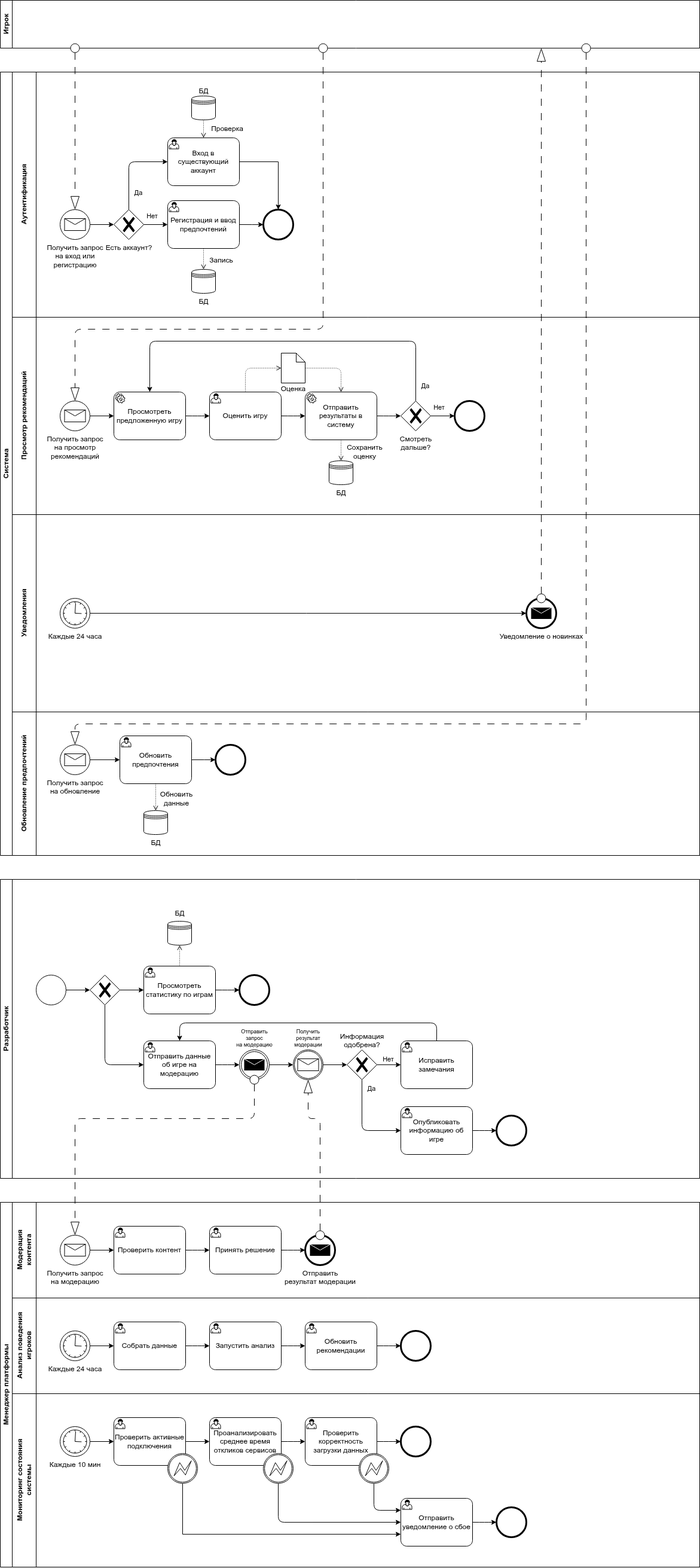
The draw.io diagram project/10/Roles/Business Analyst/BPMN/BPMN.png in job-modelware-ru/it-2025-sD4yp, before a commit. Source tidied: cells renumbered, new cells last; positions are measured from the earlier drawing's top-left corner, leaving out a move shared by most shapes.
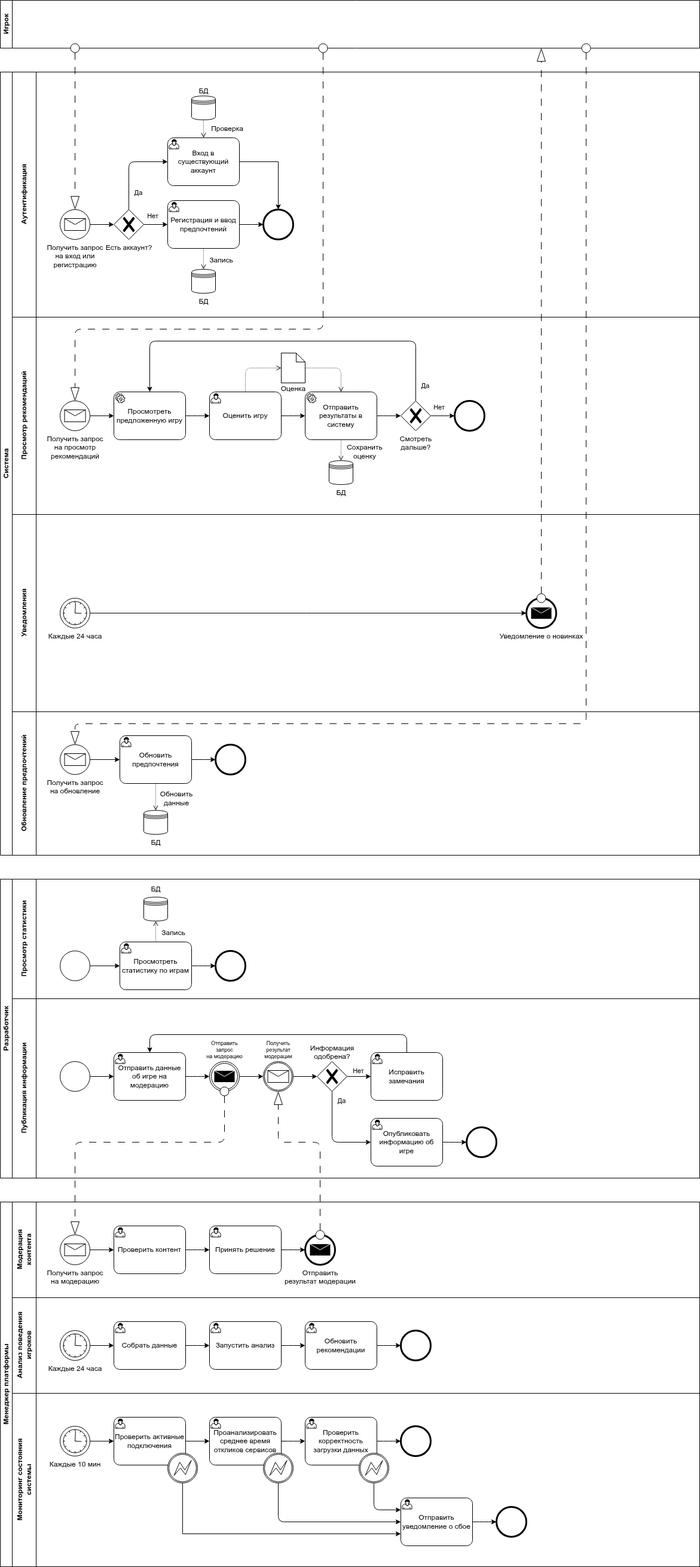
Above is the later version.

Commit message:
Update BPMN Diagram

The edit, as a diff of the source:
```diff
@@ -160,65 +160,35 @@
     <mxCell id="40" value="Разработчик" style="swimlane;startSize=20;horizontal=0;html=1;whiteSpace=wrap;gradientColor=none;" parent="1" vertex="1">
       <mxGeometry y="1470" width="1170" height="500" as="geometry" />
     </mxCell>
-    <mxCell id="41" style="points=[[0.145,0.145,0],[0.5,0,0],[0.855,0.145,0],[1,0.5,0],[0.855,0.855,0],[0.5,1,0],[0.145,0.855,0],[0,0.5,0]];shape=mxgraph.bpmn.event;html=1;verticalLabelPosition=bottom;labelBackgroundColor=#ffffff;verticalAlign=top;align=center;perimeter=ellipsePerimeter;outlineConnect=0;outline=standard;symbol=general;" parent="40" vertex="1">
-      <mxGeometry x="60" y="160" width="50" height="50" as="geometry" />
-    </mxCell>
-    <mxCell id="42" style="edgeStyle=orthogonalEdgeStyle;rounded=1;jettySize=auto;html=1;entryX=0;entryY=0.5;entryDx=0;entryDy=0;entryPerimeter=0;curved=0;" parent="40" edge="1" source="41" target="43">
-      <mxGeometry relative="1" as="geometry" />
-    </mxCell>
-    <mxCell id="43" style="points=[[0.25,0.25,0],[0.5,0,0],[0.75,0.25,0],[1,0.5,0],[0.75,0.75,0],[0.5,1,0],[0.25,0.75,0],[0,0.5,0]];shape=mxgraph.bpmn.gateway2;html=1;verticalLabelPosition=bottom;labelBackgroundColor=#ffffff;verticalAlign=top;align=center;perimeter=rhombusPerimeter;outlineConnect=0;outline=none;symbol=none;gwType=exclusive;" parent="40" vertex="1">
-      <mxGeometry x="150" y="160" width="50" height="50" as="geometry" />
-    </mxCell>
-    <mxCell id="44" style="edgeStyle=orthogonalEdgeStyle;rounded=1;jettySize=auto;html=1;entryX=0.5;entryY=1;entryDx=0;entryDy=0;dashed=1;dashPattern=1 2;endArrow=open;endFill=0;curved=0;" parent="40" edge="1" target="47">
-      <mxGeometry relative="1" as="geometry">
-        <mxPoint x="300" y="145" as="sourcePoint" />
-      </mxGeometry>
-    </mxCell>
-    <mxCell id="45" style="edgeStyle=orthogonalEdgeStyle;rounded=1;jettySize=auto;html=1;entryX=0;entryY=0.5;entryDx=0;entryDy=0;entryPerimeter=0;curved=0;" parent="40" edge="1" source="43">
-      <mxGeometry relative="1" as="geometry">
-        <mxPoint x="240" y="185" as="targetPoint" />
-      </mxGeometry>
-    </mxCell>
-    <mxCell id="46" style="edgeStyle=orthogonalEdgeStyle;rounded=1;jettySize=auto;html=1;exitX=0.5;exitY=1;exitDx=0;exitDy=0;exitPerimeter=0;entryX=0;entryY=0.5;entryDx=0;entryDy=0;entryPerimeter=0;curved=0;" parent="40" edge="1" source="43" target="64">
-      <mxGeometry relative="1" as="geometry" />
-    </mxCell>
-    <mxCell id="47" value="БД" style="shape=datastore;labelPosition=center;verticalLabelPosition=bottom;align=center;verticalAlign=top;labelBorderColor=none;labelBackgroundColor=none;textShadow=0;html=1;convertToSvg=0;spacing=-65;" parent="40" vertex="1">
-      <mxGeometry x="280" y="70" width="40" height="40" as="geometry" />
-    </mxCell>
-    <mxCell id="48" style="points=[[0.145,0.145,0],[0.5,0,0],[0.855,0.145,0],[1,0.5,0],[0.855,0.855,0],[0.5,1,0],[0.145,0.855,0],[0,0.5,0]];shape=mxgraph.bpmn.event;html=1;verticalLabelPosition=bottom;labelBackgroundColor=#ffffff;verticalAlign=top;align=center;perimeter=ellipsePerimeter;outlineConnect=0;outline=end;symbol=terminate2;" parent="40" vertex="1">
-      <mxGeometry x="400" y="160" width="50" height="50" as="geometry" />
-    </mxCell>
-    <mxCell id="49" style="edgeStyle=orthogonalEdgeStyle;rounded=1;jettySize=auto;html=1;entryX=0;entryY=0.5;entryDx=0;entryDy=0;entryPerimeter=0;curved=0;" parent="40" edge="1" target="48">
-      <mxGeometry relative="1" as="geometry">
-        <mxPoint x="360" y="185" as="sourcePoint" />
-      </mxGeometry>
-    </mxCell>
+    <mxCell id="128" value="Публикация информации" style="swimlane;html=1;startSize=40;horizontal=0;" parent="40" vertex="1">
+      <mxGeometry x="20" y="200" width="1150" height="300" as="geometry" />
+    </mxCell>
-    <mxCell id="50" value="Отправить&lt;div&gt;запрос&lt;/div&gt;&lt;div&gt;на модерацию&lt;/div&gt;" style="points=[[0.145,0.145,0],[0.5,0,0],[0.855,0.145,0],[1,0.5,0],[0.855,0.855,0],[0.5,1,0],[0.145,0.855,0],[0,0.5,0]];shape=mxgraph.bpmn.event;html=1;verticalLabelPosition=bottom;labelBackgroundColor=none;verticalAlign=top;align=center;perimeter=ellipsePerimeter;outlineConnect=0;outline=throwing;symbol=message;spacing=-90;fontSize=9;" parent="40" vertex="1">
-      <mxGeometry x="400" y="285" width="50" height="50" as="geometry" />
+    <mxCell id="50" value="Отправить&lt;div&gt;запрос&lt;/div&gt;&lt;div&gt;на модерацию&lt;/div&gt;" style="points=[[0.145,0.145,0],[0.5,0,0],[0.855,0.145,0],[1,0.5,0],[0.855,0.855,0],[0.5,1,0],[0.145,0.855,0],[0,0.5,0]];shape=mxgraph.bpmn.event;html=1;verticalLabelPosition=bottom;labelBackgroundColor=none;verticalAlign=top;align=center;perimeter=ellipsePerimeter;outlineConnect=0;outline=throwing;symbol=message;spacing=-90;fontSize=9;" parent="128" vertex="1">
+      <mxGeometry x="330" y="105" width="50" height="50" as="geometry" />
     </mxCell>
-    <mxCell id="51" value="Получить&lt;div&gt;результат&lt;/div&gt;&lt;div&gt;модерации&lt;/div&gt;" style="points=[[0.145,0.145,0],[0.5,0,0],[0.855,0.145,0],[1,0.5,0],[0.855,0.855,0],[0.5,1,0],[0.145,0.855,0],[0,0.5,0]];shape=mxgraph.bpmn.event;html=1;verticalLabelPosition=bottom;labelBackgroundColor=none;verticalAlign=top;align=center;perimeter=ellipsePerimeter;outlineConnect=0;outline=catching;symbol=message;spacing=-90;fontSize=9;" parent="40" vertex="1">
-      <mxGeometry x="490" y="285" width="50" height="50" as="geometry" />
+    <mxCell id="51" value="Получить&lt;div&gt;результат&lt;/div&gt;&lt;div&gt;модерации&lt;/div&gt;" style="points=[[0.145,0.145,0],[0.5,0,0],[0.855,0.145,0],[1,0.5,0],[0.855,0.855,0],[0.5,1,0],[0.145,0.855,0],[0,0.5,0]];shape=mxgraph.bpmn.event;html=1;verticalLabelPosition=bottom;labelBackgroundColor=none;verticalAlign=top;align=center;perimeter=ellipsePerimeter;outlineConnect=0;outline=catching;symbol=message;spacing=-90;fontSize=9;" parent="128" vertex="1">
+      <mxGeometry x="420" y="105" width="50" height="50" as="geometry" />
     </mxCell>
-    <mxCell id="52" value="Информация&lt;div&gt;одобрена?&lt;/div&gt;" style="points=[[0.25,0.25,0],[0.5,0,0],[0.75,0.25,0],[1,0.5,0],[0.75,0.75,0],[0.5,1,0],[0.25,0.75,0],[0,0.5,0]];shape=mxgraph.bpmn.gateway2;html=1;verticalLabelPosition=bottom;labelBackgroundColor=none;verticalAlign=top;align=center;perimeter=rhombusPerimeter;outlineConnect=0;outline=none;symbol=none;gwType=exclusive;spacing=-84;spacingTop=0;" parent="40" vertex="1">
-      <mxGeometry x="580" y="285" width="50" height="50" as="geometry" />
+    <mxCell id="52" value="Информация&lt;div&gt;одобрена?&lt;/div&gt;" style="points=[[0.25,0.25,0],[0.5,0,0],[0.75,0.25,0],[1,0.5,0],[0.75,0.75,0],[0.5,1,0],[0.25,0.75,0],[0,0.5,0]];shape=mxgraph.bpmn.gateway2;html=1;verticalLabelPosition=bottom;labelBackgroundColor=none;verticalAlign=top;align=center;perimeter=rhombusPerimeter;outlineConnect=0;outline=none;symbol=none;gwType=exclusive;spacing=-84;spacingTop=0;" parent="128" vertex="1">
+      <mxGeometry x="510" y="105" width="50" height="50" as="geometry" />
     </mxCell>
-    <mxCell id="53" style="points=[[0.145,0.145,0],[0.5,0,0],[0.855,0.145,0],[1,0.5,0],[0.855,0.855,0],[0.5,1,0],[0.145,0.855,0],[0,0.5,0]];shape=mxgraph.bpmn.event;html=1;verticalLabelPosition=bottom;labelBackgroundColor=#ffffff;verticalAlign=top;align=center;perimeter=ellipsePerimeter;outlineConnect=0;outline=end;symbol=terminate2;" parent="40" vertex="1">
-      <mxGeometry x="830" y="395" width="50" height="50" as="geometry" />
+    <mxCell id="53" style="points=[[0.145,0.145,0],[0.5,0,0],[0.855,0.145,0],[1,0.5,0],[0.855,0.855,0],[0.5,1,0],[0.145,0.855,0],[0,0.5,0]];shape=mxgraph.bpmn.event;html=1;verticalLabelPosition=bottom;labelBackgroundColor=#ffffff;verticalAlign=top;align=center;perimeter=ellipsePerimeter;outlineConnect=0;outline=end;symbol=terminate2;" parent="128" vertex="1">
+      <mxGeometry x="760" y="215" width="50" height="50" as="geometry" />
     </mxCell>
-    <mxCell id="54" style="edgeStyle=orthogonalEdgeStyle;rounded=1;jettySize=auto;html=1;entryX=0;entryY=0.5;entryDx=0;entryDy=0;entryPerimeter=0;curved=0;" parent="40" edge="1" target="50">
+    <mxCell id="54" style="edgeStyle=orthogonalEdgeStyle;rounded=1;jettySize=auto;html=1;entryX=0;entryY=0.5;entryDx=0;entryDy=0;entryPerimeter=0;curved=0;" parent="128" edge="1" target="50">
       <mxGeometry relative="1" as="geometry">
-        <mxPoint x="360" y="310" as="sourcePoint" />
+        <mxPoint x="290" y="130" as="sourcePoint" />
       </mxGeometry>
     </mxCell>
-    <mxCell id="55" style="edgeStyle=orthogonalEdgeStyle;rounded=1;jettySize=auto;html=1;entryX=0;entryY=0.5;entryDx=0;entryDy=0;entryPerimeter=0;curved=0;" parent="40" edge="1" source="50" target="51">
+    <mxCell id="55" style="edgeStyle=orthogonalEdgeStyle;rounded=1;jettySize=auto;html=1;entryX=0;entryY=0.5;entryDx=0;entryDy=0;entryPerimeter=0;curved=0;" parent="128" edge="1" source="50" target="51">
       <mxGeometry relative="1" as="geometry" />
     </mxCell>
-    <mxCell id="56" style="edgeStyle=orthogonalEdgeStyle;rounded=1;jettySize=auto;html=1;entryX=0;entryY=0.5;entryDx=0;entryDy=0;entryPerimeter=0;curved=0;" parent="40" edge="1" source="51" target="52">
+    <mxCell id="56" style="edgeStyle=orthogonalEdgeStyle;rounded=1;jettySize=auto;html=1;entryX=0;entryY=0.5;entryDx=0;entryDy=0;entryPerimeter=0;curved=0;" parent="128" edge="1" source="51" target="52">
       <mxGeometry relative="1" as="geometry" />
     </mxCell>
-    <mxCell id="57" style="edgeStyle=orthogonalEdgeStyle;rounded=1;jettySize=auto;html=1;entryX=0;entryY=0.5;entryDx=0;entryDy=0;entryPerimeter=0;curved=0;" parent="40" edge="1" source="52">
+    <mxCell id="57" style="edgeStyle=orthogonalEdgeStyle;rounded=1;jettySize=auto;html=1;entryX=0;entryY=0.5;entryDx=0;entryDy=0;entryPerimeter=0;curved=0;" parent="128" edge="1" source="52">
       <mxGeometry relative="1" as="geometry">
-        <mxPoint x="670" y="310" as="targetPoint" />
+        <mxPoint x="600" y="130" as="targetPoint" />
       </mxGeometry>
     </mxCell>
     <mxCell id="58" value="Нет" style="edgeLabel;html=1;align=center;verticalAlign=middle;labelBackgroundColor=none;" parent="57" vertex="1">
@@ -226,11 +196,11 @@
         <mxPoint y="-11" as="offset" />
       </mxGeometry>
     </mxCell>
-    <mxCell id="59" style="edgeStyle=orthogonalEdgeStyle;rounded=1;jettySize=auto;html=1;entryX=0;entryY=0.5;entryDx=0;entryDy=0;entryPerimeter=0;curved=0;" parent="40" edge="1" source="52">
+    <mxCell id="59" style="edgeStyle=orthogonalEdgeStyle;rounded=1;jettySize=auto;html=1;entryX=0;entryY=0.5;entryDx=0;entryDy=0;entryPerimeter=0;curved=0;" parent="128" edge="1" source="52">
       <mxGeometry relative="1" as="geometry">
-        <mxPoint x="670" y="420" as="targetPoint" />
+        <mxPoint x="600" y="240" as="targetPoint" />
         <Array as="points">
-          <mxPoint x="605" y="420" />
+          <mxPoint x="535" y="240" />
         </Array>
       </mxGeometry>
     </mxCell>
@@ -239,33 +209,36 @@
         <mxPoint x="15" y="-8" as="offset" />
       </mxGeometry>
     </mxCell>
-    <mxCell id="61" style="edgeStyle=orthogonalEdgeStyle;rounded=1;jettySize=auto;html=1;entryX=0;entryY=0.5;entryDx=0;entryDy=0;entryPerimeter=0;curved=0;" parent="40" edge="1" target="53">
+    <mxCell id="61" style="edgeStyle=orthogonalEdgeStyle;rounded=1;jettySize=auto;html=1;entryX=0;entryY=0.5;entryDx=0;entryDy=0;entryPerimeter=0;curved=0;" parent="128" edge="1" target="53">
       <mxGeometry relative="1" as="geometry">
-        <mxPoint x="790" y="420" as="sourcePoint" />
+        <mxPoint x="720" y="240" as="sourcePoint" />
       </mxGeometry>
     </mxCell>
-    <mxCell id="62" style="edgeStyle=orthogonalEdgeStyle;rounded=1;orthogonalLoop=1;jettySize=auto;html=1;entryX=0.5;entryY=0;entryDx=0;entryDy=0;entryPerimeter=0;curved=0;" parent="40" edge="1">
+    <mxCell id="62" style="edgeStyle=orthogonalEdgeStyle;rounded=1;orthogonalLoop=1;jettySize=auto;html=1;entryX=0.5;entryY=0;entryDx=0;entryDy=0;entryPerimeter=0;curved=0;" parent="128" edge="1">
       <mxGeometry relative="1" as="geometry">
-        <mxPoint x="730" y="270" as="sourcePoint" />
-        <mxPoint x="300" y="270" as="targetPoint" />
+        <mxPoint x="660" y="90" as="sourcePoint" />
+        <mxPoint x="230" y="90" as="targetPoint" />
         <Array as="points">
-          <mxPoint x="730" y="240" />
-          <mxPoint x="300" y="240" />
+          <mxPoint x="660" y="60" />
+          <mxPoint x="230" y="60" />
         </Array>
       </mxGeometry>
     </mxCell>
-    <mxCell id="63" value="Просмотреть статистику по играм" style="points=[[0.25,0,0],[0.5,0,0],[0.75,0,0],[1,0.25,0],[1,0.5,0],[1,0.75,0],[0.75,1,0],[0.5,1,0],[0.25,1,0],[0,0.75,0],[0,0.5,0],[0,0.25,0]];shape=mxgraph.bpmn.task2;whiteSpace=wrap;rectStyle=rounded;size=10;html=1;taskMarker=user;" parent="40" vertex="1">
-      <mxGeometry x="240" y="145" width="120" height="80" as="geometry" />
-    </mxCell>
-    <mxCell id="64" value="Отправить данные об игре на модерацию" style="points=[[0.25,0,0],[0.5,0,0],[0.75,0,0],[1,0.25,0],[1,0.5,0],[1,0.75,0],[0.75,1,0],[0.5,1,0],[0.25,1,0],[0,0.75,0],[0,0.5,0],[0,0.25,0]];shape=mxgraph.bpmn.task2;whiteSpace=wrap;rectStyle=rounded;size=10;html=1;taskMarker=user;" parent="40" vertex="1">
-      <mxGeometry x="240" y="270" width="120" height="80" as="geometry" />
+    <mxCell id="64" value="Отправить данные об игре на модерацию" style="points=[[0.25,0,0],[0.5,0,0],[0.75,0,0],[1,0.25,0],[1,0.5,0],[1,0.75,0],[0.75,1,0],[0.5,1,0],[0.25,1,0],[0,0.75,0],[0,0.5,0],[0,0.25,0]];shape=mxgraph.bpmn.task2;whiteSpace=wrap;rectStyle=rounded;size=10;html=1;taskMarker=user;" parent="128" vertex="1">
+      <mxGeometry x="170" y="90" width="120" height="80" as="geometry" />
     </mxCell>
-    <mxCell id="65" value="Исправить замечания" style="shape=mxgraph.bpmn.task2;whiteSpace=wrap;rectStyle=rounded;size=10;html=1;taskMarker=user;" parent="40" vertex="1">
-      <mxGeometry x="670" y="270" width="120" height="80" as="geometry" />
+    <mxCell id="65" value="Исправить замечания" style="shape=mxgraph.bpmn.task2;whiteSpace=wrap;rectStyle=rounded;size=10;html=1;taskMarker=user;" parent="128" vertex="1">
+      <mxGeometry x="600" y="90" width="120" height="80" as="geometry" />
     </mxCell>
-    <mxCell id="66" value="Опубликовать информацию об игре" style="shape=mxgraph.bpmn.task2;whiteSpace=wrap;rectStyle=rounded;size=10;html=1;taskMarker=user;" parent="40" vertex="1">
-      <mxGeometry x="670" y="380" width="120" height="80" as="geometry" />
+    <mxCell id="66" value="Опубликовать информацию об игре" style="shape=mxgraph.bpmn.task2;whiteSpace=wrap;rectStyle=rounded;size=10;html=1;taskMarker=user;" parent="128" vertex="1">
+      <mxGeometry x="600" y="200" width="120" height="80" as="geometry" />
     </mxCell>
+    <mxCell id="129" style="points=[[0.145,0.145,0],[0.5,0,0],[0.855,0.145,0],[1,0.5,0],[0.855,0.855,0],[0.5,1,0],[0.145,0.855,0],[0,0.5,0]];shape=mxgraph.bpmn.event;html=1;verticalLabelPosition=bottom;labelBackgroundColor=#ffffff;verticalAlign=top;align=center;perimeter=ellipsePerimeter;outlineConnect=0;outline=standard;symbol=general;" parent="128" vertex="1">
+      <mxGeometry x="80" y="105" width="50" height="50" as="geometry" />
+    </mxCell>
+    <mxCell id="130" style="edgeStyle=orthogonalEdgeStyle;rounded=0;jettySize=auto;html=1;entryX=0;entryY=0.5;entryDx=0;entryDy=0;entryPerimeter=0;" parent="128" edge="1" source="129" target="64">
+      <mxGeometry relative="1" as="geometry" />
+    </mxCell>
     <mxCell id="67" value="Система" style="swimlane;startSize=20;horizontal=0;html=1;whiteSpace=wrap;" parent="1" vertex="1">
       <mxGeometry y="120" width="1170" height="1310" as="geometry" />
     </mxCell>
@@ -487,16 +460,16 @@
     <mxCell id="121" style="edgeStyle=orthogonalEdgeStyle;rounded=1;jettySize=auto;html=1;entryX=0.5;entryY=0;entryDx=0;entryDy=0;entryPerimeter=0;dashed=1;dashPattern=12 12;endArrow=blockThin;endFill=0;endSize=20;startArrow=oval;startFill=1;startSize=15;sourcePerimeterSpacing=0;strokeWidth=1;curved=0;shadow=0;flowAnimation=0;startFillColor=#FFFFFF;exitX=0.5;exitY=1;exitDx=0;exitDy=0;exitPerimeter=0;" parent="1" edge="1" source="50" target="4">
       <mxGeometry relative="1" as="geometry">
         <Array as="points">
-          <mxPoint x="425" y="1870" />
-          <mxPoint x="125" y="1870" />
+          <mxPoint x="375" y="1910" />
+          <mxPoint x="125" y="1910" />
         </Array>
       </mxGeometry>
     </mxCell>
     <mxCell id="122" style="edgeStyle=orthogonalEdgeStyle;rounded=1;jettySize=auto;html=1;startArrow=oval;startFill=1;startSize=15;endSize=20;endArrow=blockThin;endFill=0;startFillColor=#FFFFFF;dashed=1;dashPattern=12 12;curved=0;entryX=0.5;entryY=1;entryDx=0;entryDy=0;entryPerimeter=0;" parent="1" edge="1" source="5" target="51">
       <mxGeometry relative="1" as="geometry">
         <Array as="points">
-          <mxPoint x="535" y="1870" />
-          <mxPoint x="515" y="1870" />
+          <mxPoint x="535" y="1910" />
+          <mxPoint x="465" y="1910" />
         </Array>
       </mxGeometry>
     </mxCell>
@@ -539,5 +512,36 @@
         </Array>
       </mxGeometry>
     </mxCell>
+    <mxCell id="131" value="Просмотр статистики" style="swimlane;html=1;startSize=40;horizontal=0;" parent="1" vertex="1">
+      <mxGeometry x="20" y="1470" width="1150" height="200" as="geometry" />
+    </mxCell>
+    <mxCell id="44" style="edgeStyle=orthogonalEdgeStyle;rounded=1;jettySize=auto;html=1;entryX=0.5;entryY=1;entryDx=0;entryDy=0;dashed=1;dashPattern=1 2;endArrow=open;endFill=0;curved=0;" parent="131" edge="1" target="47">
+      <mxGeometry relative="1" as="geometry">
+        <mxPoint x="240" y="105" as="sourcePoint" />
+      </mxGeometry>
+    </mxCell>
+    <mxCell id="47" value="БД" style="shape=datastore;labelPosition=center;verticalLabelPosition=bottom;align=center;verticalAlign=top;labelBorderColor=none;labelBackgroundColor=none;textShadow=0;html=1;convertToSvg=0;spacing=-65;" parent="131" vertex="1">
+      <mxGeometry x="220" y="30" width="40" height="40" as="geometry" />
+    </mxCell>
+    <mxCell id="48" style="points=[[0.145,0.145,0],[0.5,0,0],[0.855,0.145,0],[1,0.5,0],[0.855,0.855,0],[0.5,1,0],[0.145,0.855,0],[0,0.5,0]];shape=mxgraph.bpmn.event;html=1;verticalLabelPosition=bottom;labelBackgroundColor=#ffffff;verticalAlign=top;align=center;perimeter=ellipsePerimeter;outlineConnect=0;outline=end;symbol=terminate2;" parent="131" vertex="1">
+      <mxGeometry x="340" y="120" width="50" height="50" as="geometry" />
+    </mxCell>
+    <mxCell id="49" style="edgeStyle=orthogonalEdgeStyle;rounded=1;jettySize=auto;html=1;entryX=0;entryY=0.5;entryDx=0;entryDy=0;entryPerimeter=0;curved=0;" parent="131" edge="1" target="48">
+      <mxGeometry relative="1" as="geometry">
+        <mxPoint x="300" y="145" as="sourcePoint" />
+      </mxGeometry>
+    </mxCell>
+    <mxCell id="63" value="Просмотреть статистику по играм" style="points=[[0.25,0,0],[0.5,0,0],[0.75,0,0],[1,0.25,0],[1,0.5,0],[1,0.75,0],[0.75,1,0],[0.5,1,0],[0.25,1,0],[0,0.75,0],[0,0.5,0],[0,0.25,0]];shape=mxgraph.bpmn.task2;whiteSpace=wrap;rectStyle=rounded;size=10;html=1;taskMarker=user;" parent="131" vertex="1">
+      <mxGeometry x="180" y="105" width="120" height="80" as="geometry" />
+    </mxCell>
+    <mxCell id="132" style="points=[[0.145,0.145,0],[0.5,0,0],[0.855,0.145,0],[1,0.5,0],[0.855,0.855,0],[0.5,1,0],[0.145,0.855,0],[0,0.5,0]];shape=mxgraph.bpmn.event;html=1;verticalLabelPosition=bottom;labelBackgroundColor=#ffffff;verticalAlign=top;align=center;perimeter=ellipsePerimeter;outlineConnect=0;outline=standard;symbol=general;" parent="131" vertex="1">
+      <mxGeometry x="80" y="120" width="50" height="50" as="geometry" />
+    </mxCell>
+    <mxCell id="133" style="edgeStyle=orthogonalEdgeStyle;rounded=0;jettySize=auto;html=1;entryX=0;entryY=0.5;entryDx=0;entryDy=0;entryPerimeter=0;" parent="131" edge="1" source="132" target="63">
+      <mxGeometry relative="1" as="geometry" />
+    </mxCell>
+    <mxCell id="134" value="Запись" style="text;html=1;whiteSpace=wrap;strokeColor=none;fillColor=none;align=center;verticalAlign=middle;rounded=0;" parent="131" vertex="1">
+      <mxGeometry x="240" y="75" width="60" height="30" as="geometry" />
+    </mxCell>
   </root>
 </mxGraphModel>
```
